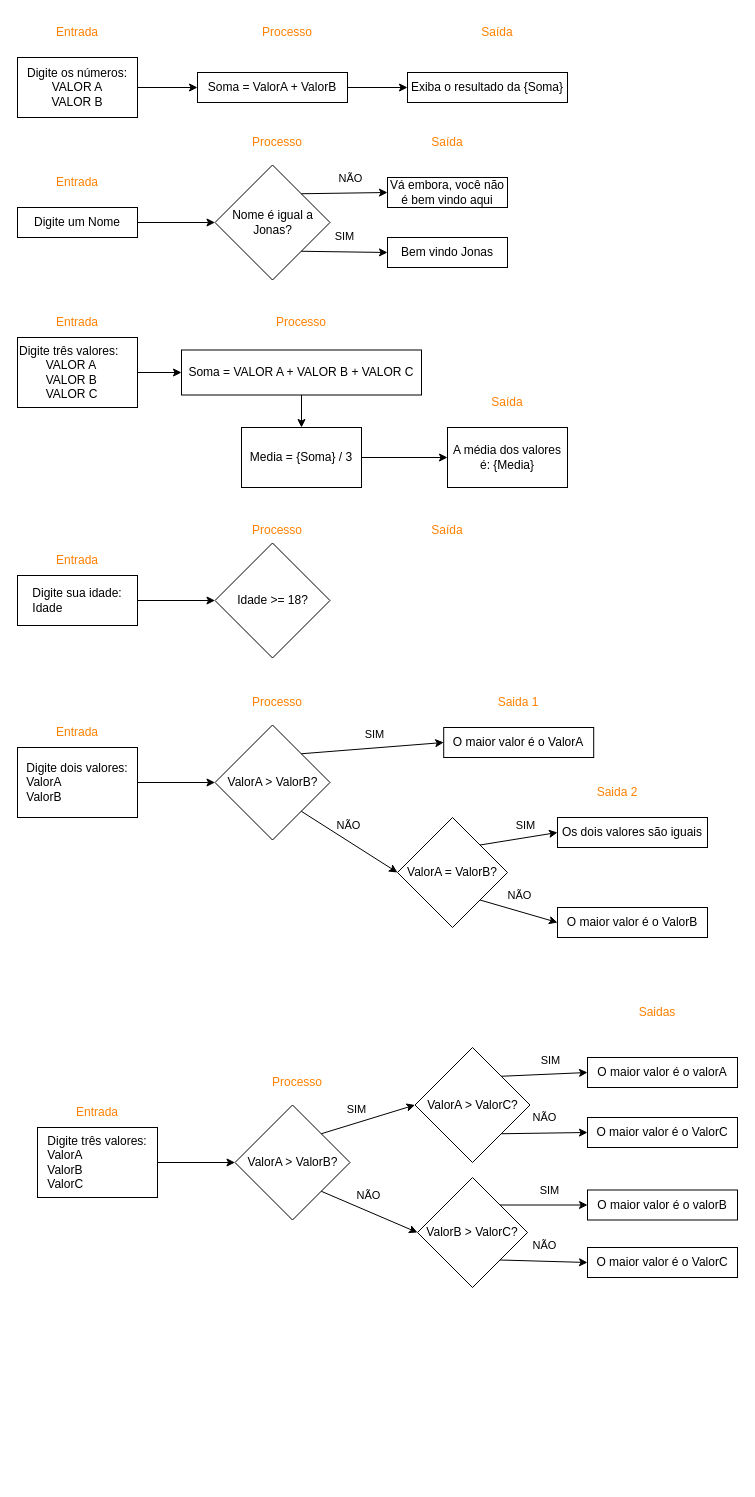
This is Draw_Git/exercicios-pdf1-ciclo1.drawio from Gabrielnbr/Draw, a draw.io file, before an edit. Source tidied: cells renumbered, new cells numbered last; positions are measured from the earlier drawing's top-left corner, leaving out a move shared by most shapes. Both pictures are drawn from the tidied source at 100%, with x=0, y=0 at pixel (17, 17).
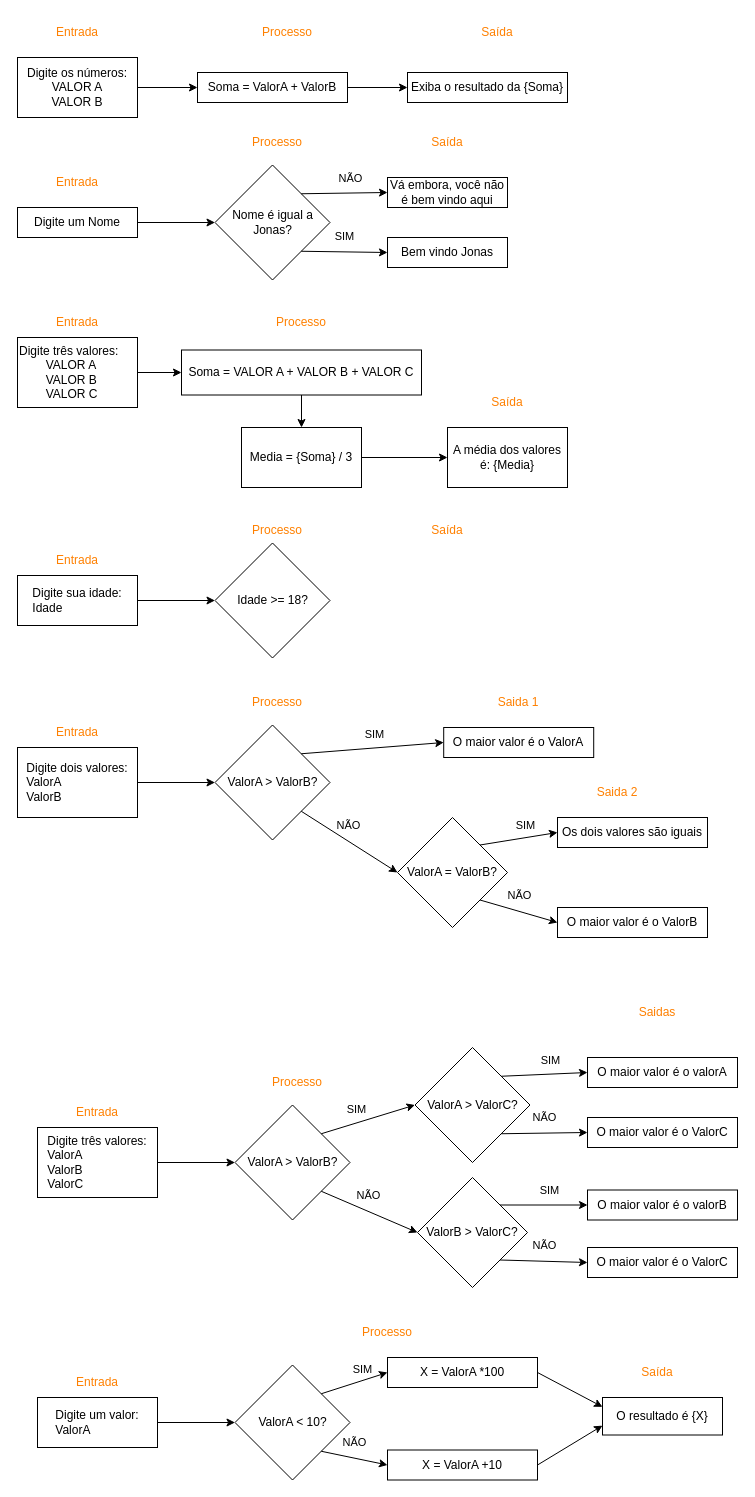
Above is the later version.

Diff of the diagram source:
```diff
@@
+    <mxCell id="81" value="&lt;font style=&quot;color: rgb(255, 128, 0);&quot;&gt;Entrada&lt;/font&gt;" style="text;html=1;align=center;verticalAlign=middle;whiteSpace=wrap;rounded=0;" parent="1" vertex="1">
+      <mxGeometry x="50" y="1350" width="60" height="30" as="geometry" />
+    </mxCell>
+    <mxCell id="82" style="edgeStyle=orthogonalEdgeStyle;rounded=0;jettySize=auto;html=1;" parent="1" edge="1" source="83" target="84">
+      <mxGeometry relative="1" as="geometry" />
+    </mxCell>
+    <mxCell id="83" value="&lt;span style=&quot;text-align: left;&quot;&gt;Digite um valor:&lt;/span&gt;&lt;div style=&quot;text-align: left;&quot;&gt;ValorA&lt;/div&gt;" style="rounded=0;whiteSpace=wrap;html=1;fillColor=none;" parent="1" vertex="1">
+      <mxGeometry x="20" y="1380" width="120" height="50" as="geometry" />
+    </mxCell>
+    <mxCell id="84" value="ValorA &amp;lt; 10?" style="rhombus;whiteSpace=wrap;html=1;fillColor=none;rounded=0;" parent="1" vertex="1">
+      <mxGeometry x="217.5" y="1347.5" width="115" height="115" as="geometry" />
+    </mxCell>
+    <mxCell id="85" value="&lt;font style=&quot;color: rgb(255, 128, 0);&quot;&gt;Processo&lt;/font&gt;" style="text;html=1;align=center;verticalAlign=middle;whiteSpace=wrap;rounded=0;" parent="1" vertex="1">
+      <mxGeometry x="340" y="1300" width="60" height="30" as="geometry" />
+    </mxCell>
+    <mxCell id="86" value="&lt;font style=&quot;color: rgb(255, 128, 0);&quot;&gt;Saída&lt;/font&gt;" style="text;html=1;align=center;verticalAlign=middle;whiteSpace=wrap;rounded=0;" parent="1" vertex="1">
+      <mxGeometry x="610" y="1340" width="60" height="30" as="geometry" />
+    </mxCell>
+    <mxCell id="87" value="X = ValorA +10" style="rounded=0;whiteSpace=wrap;html=1;fillColor=none;" parent="1" vertex="1">
+      <mxGeometry x="370" y="1432.5" width="150" height="30" as="geometry" />
+    </mxCell>
+    <mxCell id="88" value="X = ValorA *100" style="rounded=0;whiteSpace=wrap;html=1;fillColor=none;" parent="1" vertex="1">
+      <mxGeometry x="370" y="1340" width="150" height="30" as="geometry" />
+    </mxCell>
+    <mxCell id="89" style="endArrow=classic;html=1;rounded=0;entryX=0;entryY=0.5;entryDx=0;entryDy=0;exitX=1;exitY=1;exitDx=0;exitDy=0;" parent="1" edge="1" source="84" target="87">
+      <mxGeometry relative="1" as="geometry" />
+    </mxCell>
+    <mxCell id="90" value="NÃO" style="edgeLabel;html=1;align=center;verticalAlign=middle;labelBackgroundColor=none;" parent="89" vertex="1">
+      <mxGeometry x="-0.02" y="-3" relative="1" as="geometry">
+        <mxPoint x="1" y="-19" as="offset" />
+      </mxGeometry>
+    </mxCell>
+    <mxCell id="91" style="endArrow=classic;html=1;rounded=0;entryX=0;entryY=0.5;entryDx=0;entryDy=0;exitX=1;exitY=0;exitDx=0;exitDy=0;" parent="1" edge="1" source="84" target="88">
+      <mxGeometry relative="1" as="geometry" />
+    </mxCell>
+    <mxCell id="92" value="SIM" style="edgeLabel;html=1;align=center;verticalAlign=middle;labelBackgroundColor=none;" parent="91" vertex="1">
+      <mxGeometry x="-0.15" y="-2" relative="1" as="geometry">
+        <mxPoint x="12" y="-17" as="offset" />
+      </mxGeometry>
+    </mxCell>
+    <mxCell id="93" style="endArrow=classic;html=1;rounded=0;exitX=1;exitY=0.5;exitDx=0;exitDy=0;entryX=0;entryY=0.25;entryDx=0;entryDy=0;" parent="1" edge="1" source="88" target="94">
+      <mxGeometry relative="1" as="geometry" />
+    </mxCell>
+    <mxCell id="94" value="O resultado é {X}" style="whiteSpace=wrap;html=1;fillColor=none;rounded=0;" parent="1" vertex="1">
+      <mxGeometry x="585" y="1380" width="120" height="37.5" as="geometry" />
+    </mxCell>
+    <mxCell id="95" style="endArrow=classic;html=1;rounded=0;exitX=1;exitY=0.5;exitDx=0;exitDy=0;entryX=0;entryY=0.75;entryDx=0;entryDy=0;" parent="1" edge="1" source="87" target="94">
+      <mxGeometry relative="1" as="geometry" />
+    </mxCell>
```
